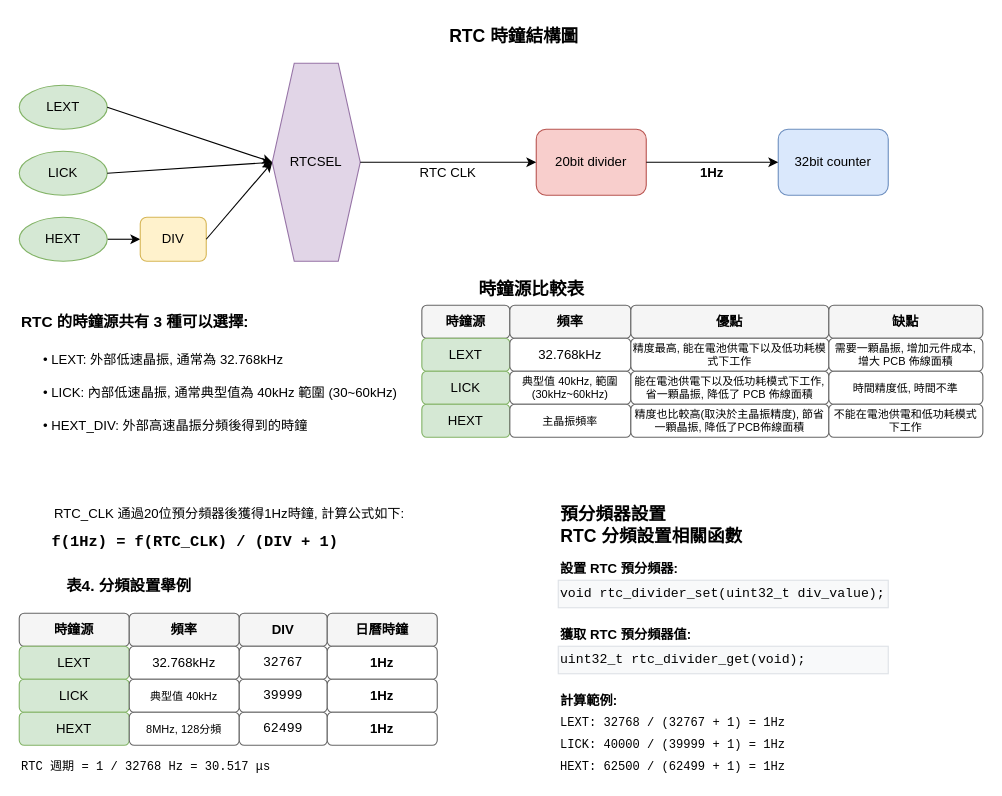
The draw.io diagram project/at_start_f403a/examples/rtc/RTC_Clock_Structure.drawio in yicheng55/AT32F403A_407_Firmware_Library, before the edit. Source tidied: cells renumbered, new cells numbered last; positions are measured from the earlier drawing's top-left corner, leaving out a move shared by most shapes. Both pictures are drawn from the tidied source at 110%, with x=0, y=0 at pixel (19, 19).
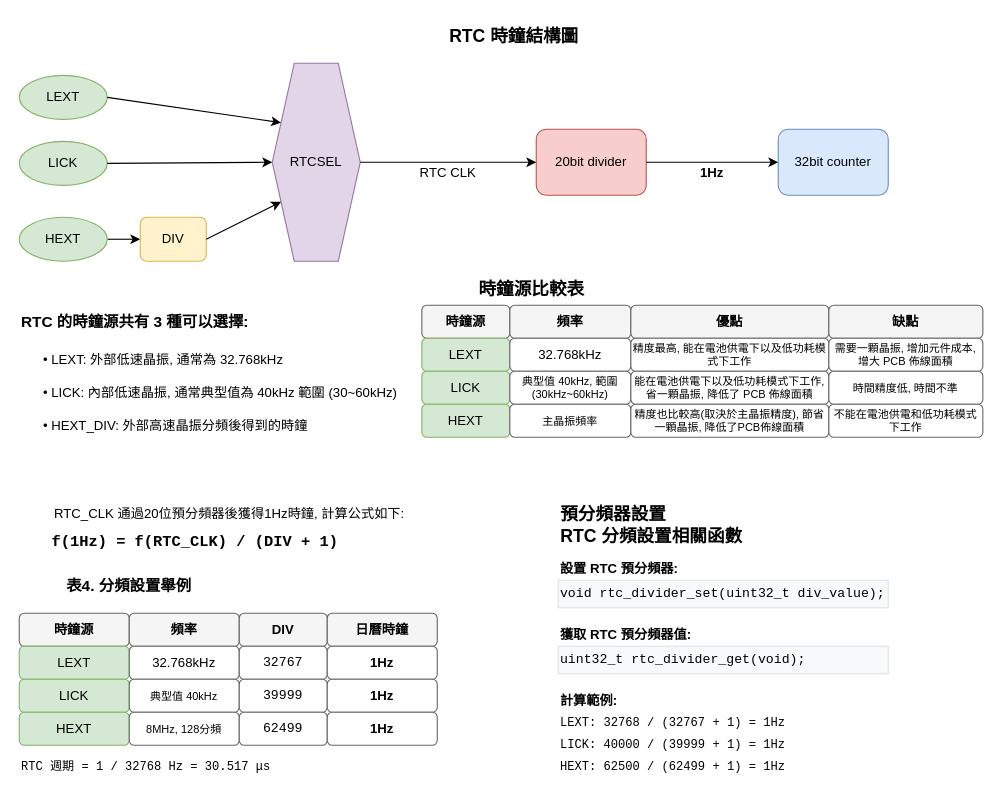
The same page after the edit.

Commit message:
chore: 更新 RTC_Clock_Structure.drawio 至新版本

Detailed changes:
- 更新圖檔至版本 12.2.4
- 改善圖形元素與佈局

Overall impact and purpose:
此變更旨在提升 RTC 時鐘結構圖的可讀性與美觀性，
以便於使用者更好地理解圖示內容。

Unchanged cells that the change refers to:
```xml
<mxCell id="7" value="DIV" style="rounded=1;whiteSpace=wrap;html=1;fillColor=#fff2cc;strokeColor=#d6b656;" parent="1" vertex="1">
  <mxGeometry x="110" y="180" width="60" height="40" as="geometry" />
</mxCell>
<mxCell id="8" value="RTCSEL" style="shape=hexagon;perimeter=hexagonPerimeter2;whiteSpace=wrap;html=1;fixedSize=1;fillColor=#e1d5e7;strokeColor=#9673a6;" parent="1" vertex="1">
  <mxGeometry x="230" y="40" width="80" height="180" as="geometry" />
</mxCell>
```

Change to the diagram source:
```diff
@@
     <mxCell id="3" value="LEXT" style="ellipse;whiteSpace=wrap;html=1;fillColor=#d5e8d4;strokeColor=#82b366;" parent="1" vertex="1">
-      <mxGeometry y="60" width="80" height="40" as="geometry" />
+      <mxGeometry y="51" width="80" height="40" as="geometry" />
     </mxCell>
     <mxCell id="4" value="LICK" style="ellipse;whiteSpace=wrap;html=1;fillColor=#d5e8d4;strokeColor=#82b366;" parent="1" vertex="1">
-      <mxGeometry y="120" width="80" height="40" as="geometry" />
+      <mxGeometry y="111" width="80" height="40" as="geometry" />
     </mxCell>
@@
-    <mxCell id="13" style="endArrow=classic;html=1;rounded=0;exitX=1;exitY=0.5;exitDx=0;exitDy=0;entryX=0;entryY=0.5;entryDx=0;entryDy=0;" parent="1" edge="1" source="3" target="8">
+    <mxCell id="13" style="endArrow=classic;html=1;rounded=0;exitX=1;exitY=0.5;exitDx=0;exitDy=0;entryX=0;entryY=0.25;entryDx=0;entryDy=0;" parent="1" edge="1" source="3" target="8">
       <mxGeometry relative="1" as="geometry" />
     </mxCell>
@@
-    <mxCell id="15" style="endArrow=classic;html=1;rounded=0;exitX=1;exitY=0.5;exitDx=0;exitDy=0;entryX=0;entryY=0.5;entryDx=0;entryDy=0;" parent="1" edge="1" source="7" target="8">
+    <mxCell id="15" style="endArrow=classic;html=1;rounded=0;exitX=1;exitY=0.5;exitDx=0;exitDy=0;entryX=0;entryY=0.75;entryDx=0;entryDy=0;" parent="1" edge="1" source="7" target="8">
       <mxGeometry relative="1" as="geometry" />
     </mxCell>
```
